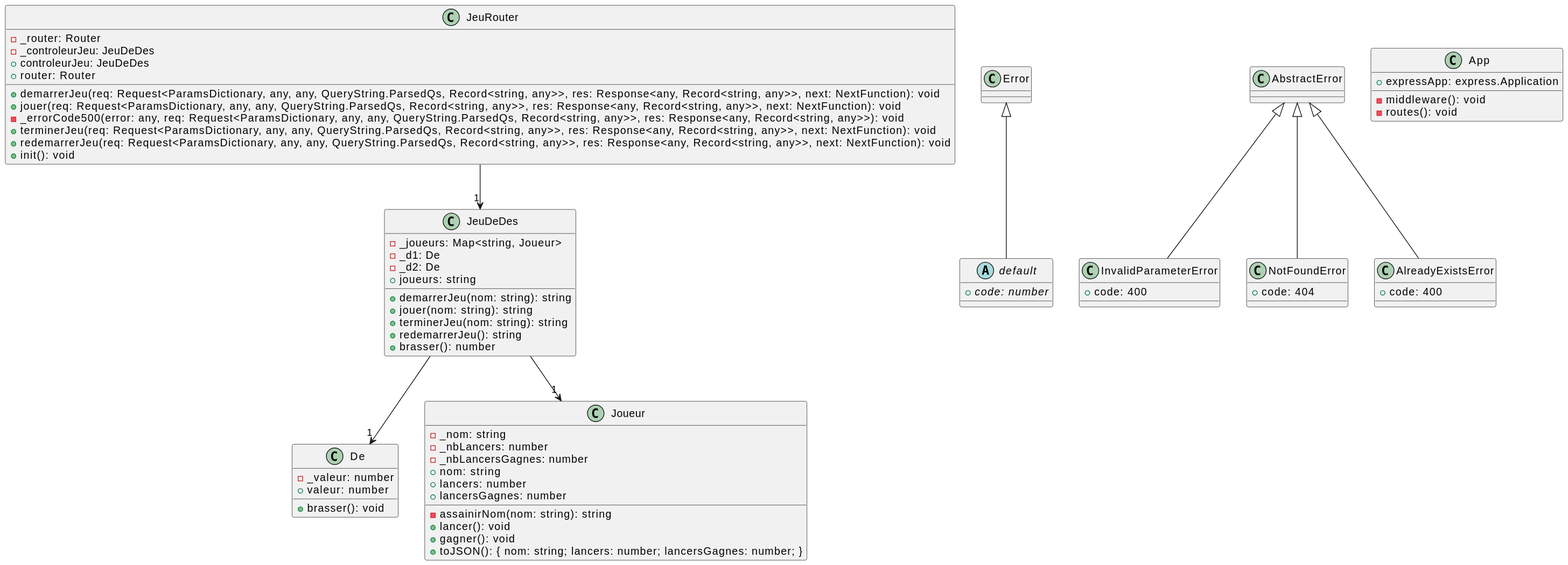
Earlier version of the PlantUML export docs/modeles/App/App.svg (cc-probitaille/laboratoire-0-Chahine-Benramoul). The source it was exported from:
```plantuml
@startuml
class De {
    -_valeur: number
    +brasser(): void
    +valeur: number
}
abstract class default extends Error {
    +{abstract} code: number
}
class InvalidParameterError extends AbstractError {
    +code: 400
}
class Joueur {
    -_nom: string
    -_nbLancers: number
    -_nbLancersGagnes: number
    +nom: string
    -assainirNom(nom: string): string
    +lancers: number
    +lancersGagnes: number
    +lancer(): void
    +gagner(): void
    +toJSON(): { nom: string; lancers: number; lancersGagnes: number; }
}
class NotFoundError extends AbstractError {
    +code: 404
}
class AlreadyExistsError extends AbstractError {
    +code: 400
}
class JeuDeDes {
    -_joueurs: Map<string, Joueur>
    -_d1: De
    -_d2: De
    +demarrerJeu(nom: string): string
    +jouer(nom: string): string
    +terminerJeu(nom: string): string
    +redemarrerJeu(): string
    +brasser(): number
    +joueurs: string
}
class JeuRouter {
    -_router: Router
    -_controleurJeu: JeuDeDes
    +controleurJeu: JeuDeDes
    +router: Router
    +demarrerJeu(req: Request<ParamsDictionary, any, any, QueryString.ParsedQs, Record<string, any>>, res: Response<any, Record<string, any>>, next: NextFunction): void
    +jouer(req: Request<ParamsDictionary, any, any, QueryString.ParsedQs, Record<string, any>>, res: Response<any, Record<string, any>>, next: NextFunction): void
    -_errorCode500(error: any, req: Request<ParamsDictionary, any, any, QueryString.ParsedQs, Record<string, any>>, res: Response<any, Record<string, any>>): void
    +terminerJeu(req: Request<ParamsDictionary, any, any, QueryString.ParsedQs, Record<string, any>>, res: Response<any, Record<string, any>>, next: NextFunction): void
    +redemarrerJeu(req: Request<ParamsDictionary, any, any, QueryString.ParsedQs, Record<string, any>>, res: Response<any, Record<string, any>>, next: NextFunction): void
    +init(): void
}
class App {
    +expressApp: express.Application
    -middleware(): void
    -routes(): void
}
JeuDeDes --> "1" Joueur
JeuDeDes --> "1" De
JeuRouter --> "1" JeuDeDes
@enduml
```
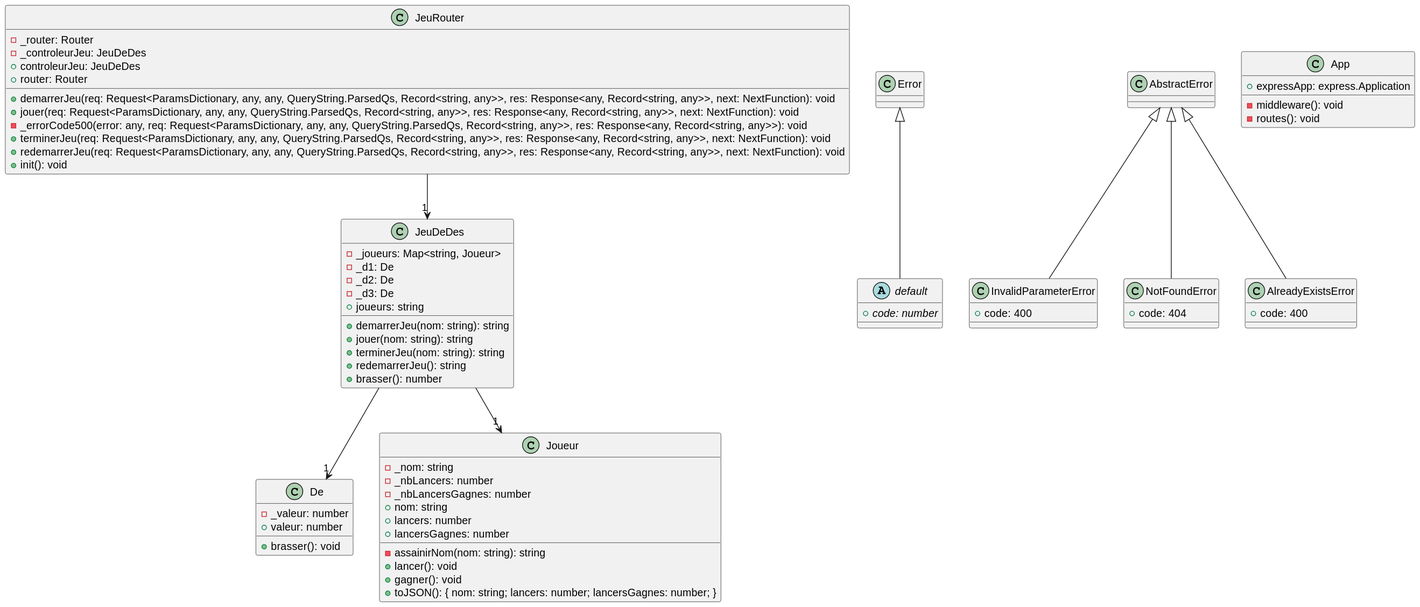
Above is the later version.

The edit, as a diff of the source:
```diff
@@ -32,6 +32,7 @@
     -_joueurs: Map<string, Joueur>
     -_d1: De
     -_d2: De
+    -_d3: De
     +demarrerJeu(nom: string): string
     +jouer(nom: string): string
     +terminerJeu(nom: string): string
```
